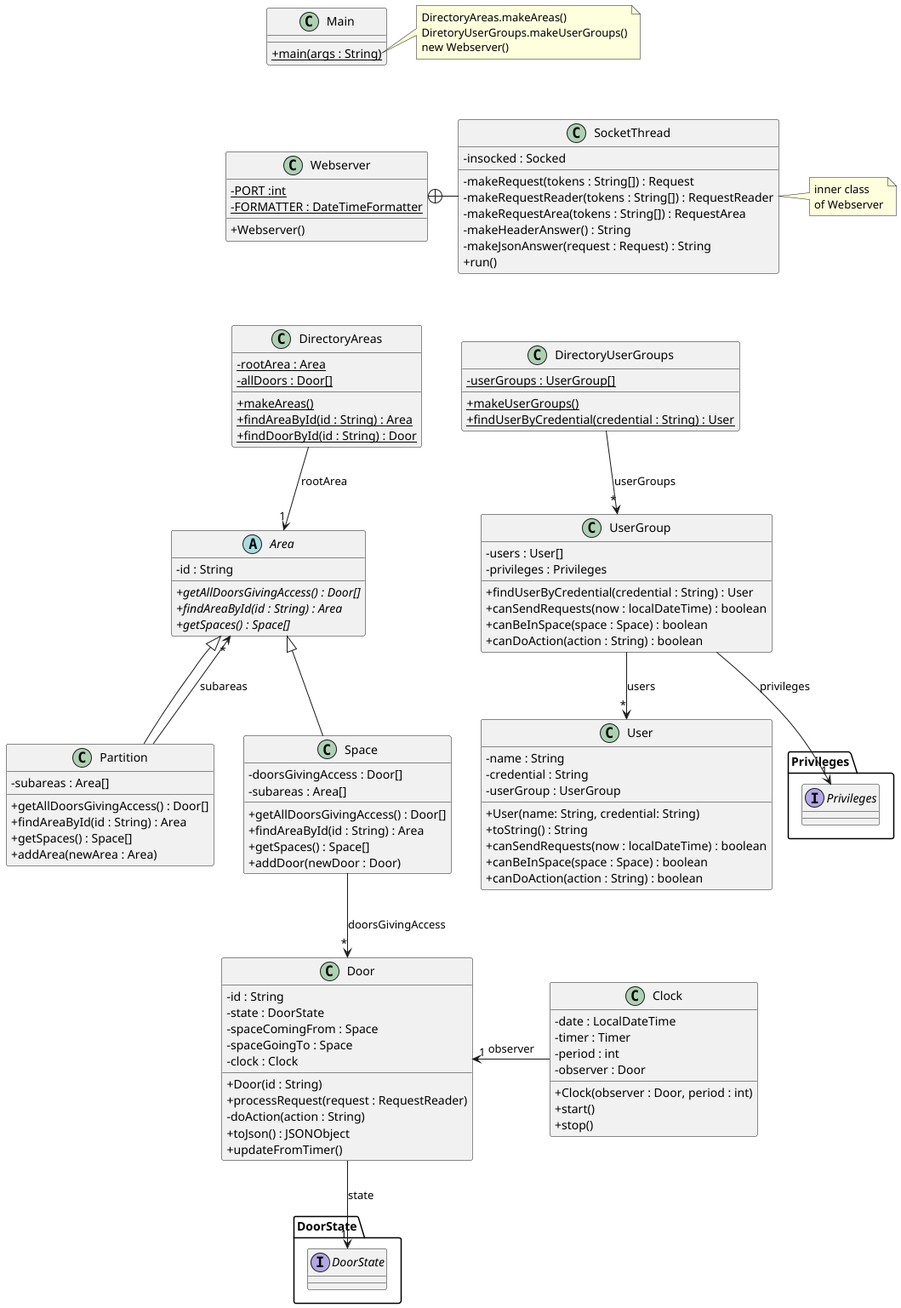
This is src/baseNoStates/uml/base_no_states-final.png from PatataZezy/PracticaDS, a PlantUML export, as it was before one commit. Source of this version:
```plantuml
@startuml
skinparam classAttributeIconSize 0

class Webserver {
    - {static} PORT :int
    - {static} FORMATTER : DateTimeFormatter
    + Webserver()
}

class SocketThread {
    - insocked : Socked
    - makeRequest(tokens : String[]) : Request
    - makeRequestReader(tokens : String[]) : RequestReader
    - makeRequestArea(tokens : String[]) : RequestArea
    - makeHeaderAnswer() : String
    - makeJsonAnswer(request : Request) : String
    + run()
}

Webserver +-right- SocketThread

note right of SocketThread
inner class
of Webserver
end note

class DirectoryAreas {
    - {static} rootArea : Area
    - {static} allDoors : Door[]
    + {static} makeAreas()
    + {static} findAreaById(id : String) : Area
    + {static} findDoorById(id : String) : Door
}

DirectoryAreas --> "1" Area : "rootArea"

abstract class Area {
    - id : String
    + {abstract} getAllDoorsGivingAccess() : Door[]
    + {abstract} findAreaById(id : String) : Area
    + {abstract} getSpaces() : Space[]
}

class Partition {
    - subareas : Area[]
    + getAllDoorsGivingAccess() : Door[]
    + findAreaById(id : String) : Area
    + getSpaces() : Space[]
    + addArea(newArea : Area)
}

Partition --> "*" Area : "subareas"
Area <|-- Partition

class Space {
    - doorsGivingAccess : Door[]
    - subareas : Area[]
    + getAllDoorsGivingAccess() : Door[]
    + findAreaById(id : String) : Area
    + getSpaces() : Space[]
    + addDoor(newDoor : Door)
}

Space --> "*" Door : "doorsGivingAccess"
Area <|-- Space

class Door {
    - id : String
    - state : DoorState
    - spaceComingFrom : Space
    - spaceGoingTo : Space
    - clock : Clock
    + Door(id : String)
    + processRequest(request : RequestReader)
    - doAction(action : String)
    + toJson() : JSONObject
    + updateFromTimer()
}

Door --> "1" DoorState.DoorState : "state"

class Clock {
    - date : LocalDateTime
    - timer : Timer
    - period : int
    - observer : Door
    + Clock(observer : Door, period : int)
    + start()
    + stop()
}

Clock --> "1" Door : observer


class DirectoryUserGroups {
    - {static} userGroups : UserGroup[]
    + {static} makeUserGroups()
    + {static} findUserByCredential(credential : String) : User
}

DirectoryUserGroups --> "*" UserGroup : "userGroups"

class UserGroup {
    - users : User[]
    - privileges : Privileges
    + findUserByCredential(credential : String) : User
    + canSendRequests(now : localDateTime) : boolean
    + canBeInSpace(space : Space) : boolean
    + canDoAction(action : String) : boolean
}

UserGroup --> "*" User : users

class User {
    - name : String
    - credential : String
    - userGroup : UserGroup
    + User(name: String, credential: String)
    + toString() : String
    + canSendRequests(now : localDateTime) : boolean
    + canBeInSpace(space : Space) : boolean
    + canDoAction(action : String) : boolean
}

UserGroup --> "1" Privileges.Privileges : privileges


class Main {
    + {static} main(args : String)
}

note right of Main::main
    DirectoryAreas.makeAreas()
    DiretoryUserGroups.makeUserGroups()
    new Webserver()
end note

Main -[hidden]down- Webserver
Webserver -[hidden]down- DirectoryAreas
DirectoryAreas -[hidden]right- DirectoryUserGroups
Clock -[hidden]left- Door


package "DoorState" {
    interface "DoorState"
}

package Privileges {
    interface "Privileges"
}
@enduml
```
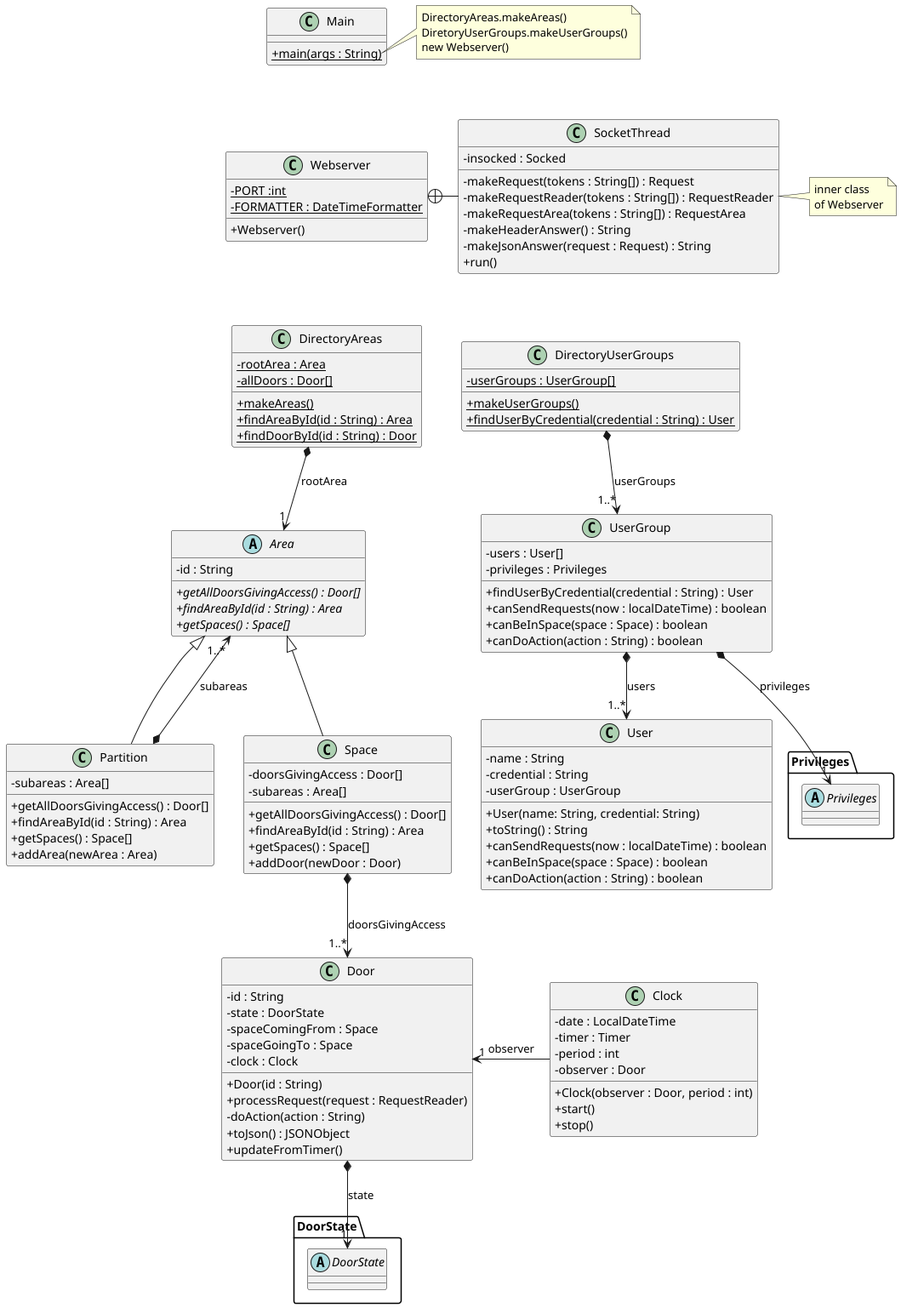
The same file after the commit.

Commit message:
Updated UML diagrams

The edit, as a diff of the source:
```diff
@@ -32,7 +32,7 @@
     + {static} findDoorById(id : String) : Door
 }
 
-DirectoryAreas --> "1" Area : "rootArea"
+DirectoryAreas *--> "1" Area : "rootArea"
 
 abstract class Area {
     - id : String
@@ -41,7 +41,7 @@
     + {abstract} getSpaces() : Space[]
 }
 
-class Partition {
+class Partition extends Area{
     - subareas : Area[]
     + getAllDoorsGivingAccess() : Door[]
     + findAreaById(id : String) : Area
@@ -49,10 +49,9 @@
     + addArea(newArea : Area)
 }
 
-Partition --> "*" Area : "subareas"
-Area <|-- Partition
+Partition *--> "1..*" Area : "subareas"
 
-class Space {
+class Space extends Area {
     - doorsGivingAccess : Door[]
     - subareas : Area[]
     + getAllDoorsGivingAccess() : Door[]
@@ -61,8 +60,7 @@
     + addDoor(newDoor : Door)
 }
 
-Space --> "*" Door : "doorsGivingAccess"
-Area <|-- Space
+Space *--> "1..*" Door : "doorsGivingAccess"
 
 class Door {
     - id : String
@@ -77,7 +75,7 @@
     + updateFromTimer()
 }
 
-Door --> "1" DoorState.DoorState : "state"
+Door *--> "1" DoorState.DoorState : "state"
 
 class Clock {
     - date : LocalDateTime
@@ -98,7 +96,7 @@
     + {static} findUserByCredential(credential : String) : User
 }
 
-DirectoryUserGroups --> "*" UserGroup : "userGroups"
+DirectoryUserGroups *--> "1..*" UserGroup : "userGroups"
 
 class UserGroup {
     - users : User[]
@@ -109,7 +107,7 @@
     + canDoAction(action : String) : boolean
 }
 
-UserGroup --> "*" User : users
+UserGroup *--> "1..*" User : users
 
 class User {
     - name : String
@@ -122,7 +120,7 @@
     + canDoAction(action : String) : boolean
 }
 
-UserGroup --> "1" Privileges.Privileges : privileges
+UserGroup *--> "1" Privileges.Privileges : privileges
 
 
 class Main {
@@ -142,10 +140,10 @@
 
 
 package "DoorState" {
-    interface "DoorState"
+    abstract class "DoorState"
 }
 
 package Privileges {
-    interface "Privileges"
+    abstract class "Privileges"
 }
 @enduml
```
